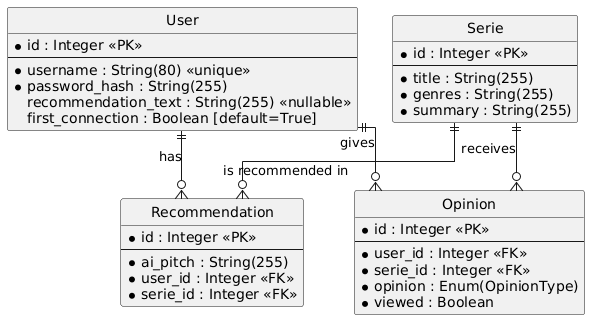
Earlier version of the PlantUML export doc/database_schema.png (MathisHeriveau/projet-web).
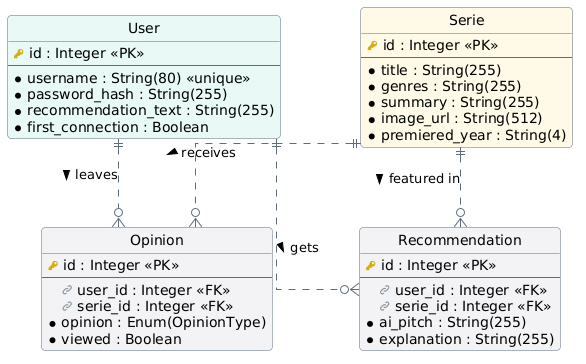
The same diagram one commit later.

The edit, as a diff of the source:
```diff
@@ -1,48 +1,62 @@
 @startuml
 hide circle
 skinparam linetype ortho
+skinparam roundcorner 8
+skinparam nodesep 80
+skinparam ranksep 80
+skinparam shadowing false
+
+skinparam class {
+    BackgroundColor White
+    BorderColor #5D6D7E
+    ArrowColor #5D6D7E
+    FontName Helvetica
+    FontSize 14
+}
 
 
-entity "User" as user {
-  * id : Integer <<PK>>
+entity "User" as user #E8F8F5 {
+  <color:#D4AC0D><&key></color> id : Integer <<PK>>
   --
   * username : String(80) <<unique>>
   * password_hash : String(255)
-  recommendation_text : String(255) <<nullable>>
-  first_connection : Boolean [default=True]
+  * recommendation_text : String(255)
+  * first_connection : Boolean
 }
 
-entity "Recommendation" as recommendation {
-  * id : Integer <<PK>>
+entity "Serie" as serie #FEF9E7 {
+  <color:#D4AC0D><&key></color> id : Integer <<PK>>
   --
-  * ai_pitch : String(255)
-  * user_id : Integer <<FK>>
-  * serie_id : Integer <<FK>>
+  * title : String(255)
+  * genres : String(255)
+  * summary : String(255)
+  * image_url : String(512)
+  * premiered_year : String(4)
 }
 
-entity "Opinion" as opinion {
-  * id : Integer <<PK>>
+entity "Opinion" as opinion #F2F3F4 {
+  <color:#D4AC0D><&key></color> id : Integer <<PK>>
   --
-  * user_id : Integer <<FK>>
-  * serie_id : Integer <<FK>>
+  <color:#85929E><&link-intact></color> user_id : Integer <<FK>>
+  <color:#85929E><&link-intact></color> serie_id : Integer <<FK>>
   * opinion : Enum(OpinionType)
   * viewed : Boolean
 }
 
-entity "Serie" as serie {
-  * id : Integer <<PK>>
+entity "Recommendation" as recommendation #F2F3F4 {
+  <color:#D4AC0D><&key></color> id : Integer <<PK>>
   --
-  * title : String(255)
-  * genres : String(255)
-  * summary : String(255)
+  <color:#85929E><&link-intact></color> user_id : Integer <<FK>>
+  <color:#85929E><&link-intact></color> serie_id : Integer <<FK>>
+  * ai_pitch : String(255)
+  * explanation : String(255)
 }
 
+user -[hidden]right-> serie
 
-user ||--o{ recommendation : "has"
+user ||..o{ opinion : "leaves >"
+serie ||..o{ opinion : "receives >"
 
-serie ||--o{ recommendation : "is recommended in"
-
-user ||--o{ opinion : "gives"
-
-serie ||--o{ opinion : "receives"
+user ||..o{ recommendation : "gets >"
+serie ||..o{ recommendation : "featured in >"
 @enduml
```
